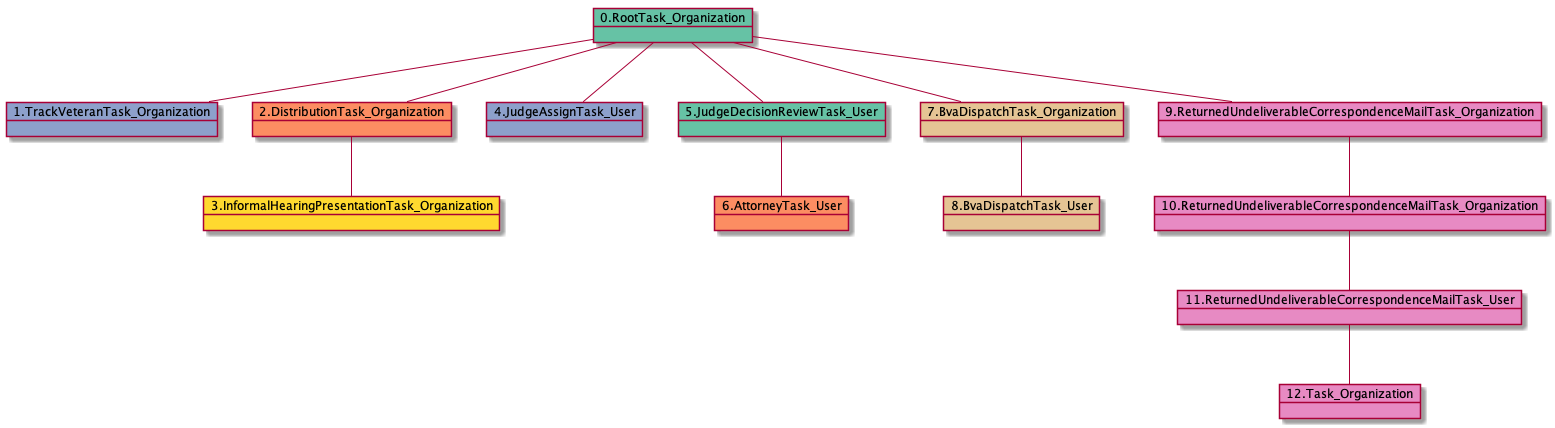
Above: docs-DR/uml/RTO.TVTO.DTO.IHPTO.JATU.JDRTU.ATU.BDTO.BDTU.RUCMTO.RUCMTO.RUCMTU.TO-29665.png in yoomlam/graphing (PlantUML), before the change.
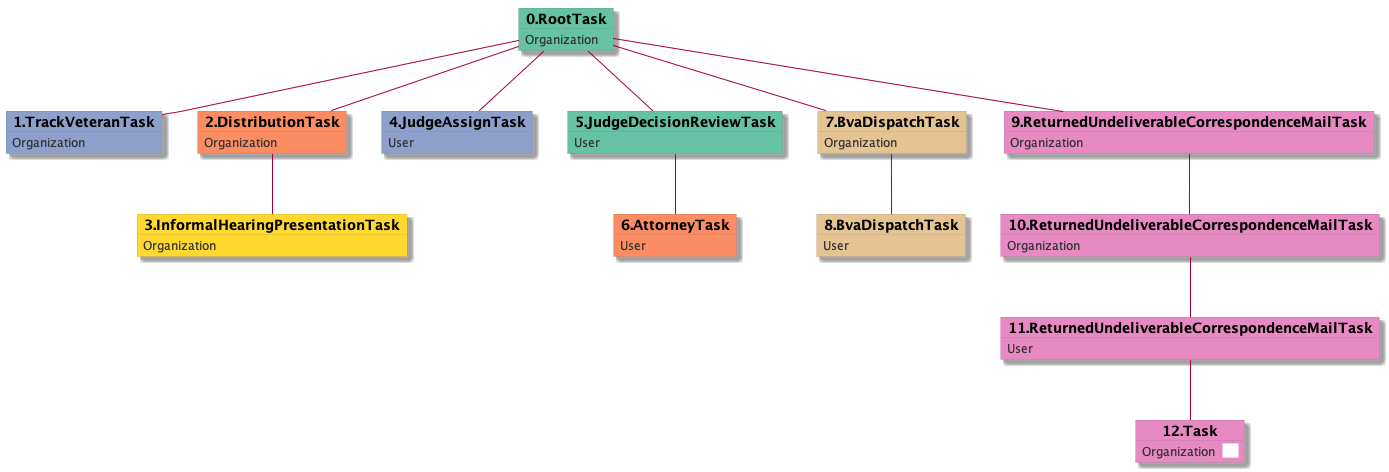
Later version of the same file.

The edit, as a diff of the source:
```diff
@@ -1,27 +1,61 @@
 @startuml
-object 0.RootTask_Organization #66c2a5
-object 1.TrackVeteranTask_Organization #8da0cb
-object 2.DistributionTask_Organization #fc8d62
-object 3.InformalHearingPresentationTask_Organization #ffd92f
-object 4.JudgeAssignTask_User #8da0cb
-object 5.JudgeDecisionReviewTask_User #66c2a5
-object 6.AttorneyTask_User #fc8d62
-object 7.BvaDispatchTask_Organization #e5c494
-object 8.BvaDispatchTask_User #e5c494
-object 9.ReturnedUndeliverableCorrespondenceMailTask_Organization #e78ac3
-object 10.ReturnedUndeliverableCorrespondenceMailTask_Organization #e78ac3
-object 11.ReturnedUndeliverableCorrespondenceMailTask_User #e78ac3
-object 12.Task_Organization #e78ac3
-0.RootTask_Organization -- 1.TrackVeteranTask_Organization
-0.RootTask_Organization -- 2.DistributionTask_Organization
-2.DistributionTask_Organization -- 3.InformalHearingPresentationTask_Organization
-0.RootTask_Organization -- 4.JudgeAssignTask_User
-0.RootTask_Organization -- 5.JudgeDecisionReviewTask_User
-5.JudgeDecisionReviewTask_User -- 6.AttorneyTask_User
-0.RootTask_Organization -- 7.BvaDispatchTask_Organization
-7.BvaDispatchTask_Organization -- 8.BvaDispatchTask_User
-0.RootTask_Organization -- 9.ReturnedUndeliverableCorrespondenceMailTask_Organization
-9.ReturnedUndeliverableCorrespondenceMailTask_Organization -- 10.ReturnedUndeliverableCorrespondenceMailTask_Organization
-10.ReturnedUndeliverableCorrespondenceMailTask_Organization -- 11.ReturnedUndeliverableCorrespondenceMailTask_User
-11.ReturnedUndeliverableCorrespondenceMailTask_User -- 12.Task_Organization
+skinparam {
+  ObjectBorderColor #555
+  ObjectBorderThickness 0
+  ObjectFontStyle bold
+  ObjectFontSize 14
+  ObjectAttributeFontColor #333
+  ObjectAttributeFontSize 12
+}
+  object 0.RootTask #66c2a5 {
+Organization
+}
+  object 1.TrackVeteranTask #8da0cb {
+Organization
+}
+  object 2.DistributionTask #fc8d62 {
+Organization
+}
+  object 3.InformalHearingPresentationTask #ffd92f {
+Organization
+}
+  object 4.JudgeAssignTask #8da0cb {
+User
+}
+  object 5.JudgeDecisionReviewTask #66c2a5 {
+User
+}
+  object 6.AttorneyTask #fc8d62 {
+User
+}
+  object 7.BvaDispatchTask #e5c494 {
+Organization
+}
+  object 8.BvaDispatchTask #e5c494 {
+User
+}
+  object 9.ReturnedUndeliverableCorrespondenceMailTask #e78ac3 {
+Organization
+}
+  object 10.ReturnedUndeliverableCorrespondenceMailTask #e78ac3 {
+Organization
+}
+  object 11.ReturnedUndeliverableCorrespondenceMailTask #e78ac3 {
+User
+}
+  object 12.Task #e78ac3 {
+Organization  <back:white>    </back>
+}
+0.RootTask -- 1.TrackVeteranTask
+0.RootTask -- 2.DistributionTask
+2.DistributionTask -- 3.InformalHearingPresentationTask
+0.RootTask -- 4.JudgeAssignTask
+0.RootTask -- 5.JudgeDecisionReviewTask
+5.JudgeDecisionReviewTask -- 6.AttorneyTask
+0.RootTask -- 7.BvaDispatchTask
+7.BvaDispatchTask -- 8.BvaDispatchTask
+0.RootTask -- 9.ReturnedUndeliverableCorrespondenceMailTask
+9.ReturnedUndeliverableCorrespondenceMailTask -- 10.ReturnedUndeliverableCorrespondenceMailTask
+10.ReturnedUndeliverableCorrespondenceMailTask -- 11.ReturnedUndeliverableCorrespondenceMailTask
+11.ReturnedUndeliverableCorrespondenceMailTask -- 12.Task
 @enduml
```
